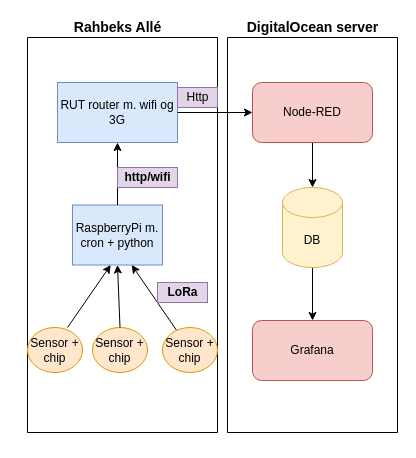
The draw.io diagram Untitled Diagram.drawio in emilbang/emilbang.github.io, before the edit. Source tidied: cells renumbered, new cells numbered last; positions are measured from the earlier drawing's top-left corner, leaving out a move shared by most shapes. Both pictures are drawn from the tidied source at 100%, with x=0, y=0 at pixel (27, 17).
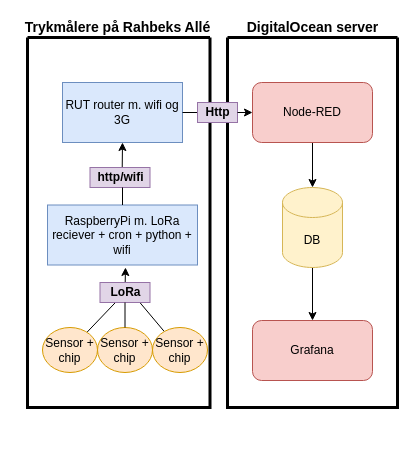
Above is the later version.

The change refers to these unchanged cells:
```xml
<mxCell id="18" value="Node-RED" style="rounded=1;whiteSpace=wrap;html=1;fillColor=#f8cecc;strokeColor=#b85450;" parent="14" vertex="1">
  <mxGeometry x="25" y="45" width="120" height="60" as="geometry" />
</mxCell>
```

The edit, as a diff of the source:
```diff
@@
-    <mxCell id="2" style="swimlane;startSize=0;" parent="1" vertex="1">
-      <mxGeometry y="20" width="190" height="395" as="geometry" />
+    <mxCell id="2" style="swimlane;startSize=0;swimlaneFillColor=none;fillColor=none;strokeColor=#000000;fontColor=#333333;strokeWidth=3;" parent="1" vertex="1">
+      <mxGeometry y="20" width="182.5" height="370" as="geometry" />
     </mxCell>
-    <mxCell id="3" value="RaspberryPi m. cron + python" style="rounded=0;whiteSpace=wrap;html=1;fillColor=#dae8fc;strokeColor=#6c8ebf;" parent="2" vertex="1">
-      <mxGeometry x="45" y="167.5" width="90" height="60" as="geometry" />
+    <mxCell id="3" value="RaspberryPi m. LoRa reciever + cron + python + wifi" style="rounded=0;whiteSpace=wrap;html=1;fillColor=#dae8fc;strokeColor=#6c8ebf;" parent="2" vertex="1">
+      <mxGeometry x="20" y="167.5" width="150" height="60" as="geometry" />
     </mxCell>
-    <mxCell id="4" style="endArrow=classic;html=1;rounded=0;entryX=0.658;entryY=1;entryDx=0;entryDy=0;startArrow=none;entryPerimeter=0;" parent="2" edge="1" source="8" target="3">
-      <mxGeometry relative="1" as="geometry" />
-    </mxCell>
-    <mxCell id="5" style="endArrow=classic;html=1;rounded=0;entryX=0.5;entryY=1;entryDx=0;entryDy=0;exitX=0.5;exitY=0;exitDx=0;exitDy=0;" parent="2" edge="1" source="3" target="6">
+    <mxCell id="5" style="endArrow=classic;html=1;rounded=0;entryX=0.5;entryY=1;entryDx=0;entryDy=0;exitX=0.537;exitY=-0.008;exitDx=0;exitDy=0;startArrow=none;exitPerimeter=0;" parent="2" edge="1" source="9" target="6">
       <mxGeometry relative="1" as="geometry" />
     </mxCell>
     <mxCell id="6" value="RUT router m. wifi og 3G" style="rounded=0;whiteSpace=wrap;html=1;fillColor=#dae8fc;strokeColor=#6c8ebf;" parent="2" vertex="1">
-      <mxGeometry x="30" y="45" width="120" height="60" as="geometry" />
+      <mxGeometry x="35" y="45" width="120" height="60" as="geometry" />
     </mxCell>
+    <mxCell id="25" style="edgeStyle=none;rounded=0;jettySize=auto;html=1;entryX=0.794;entryY=0.99;entryDx=0;entryDy=0;entryPerimeter=0;fontSize=14;endArrow=none;endFill=0;" parent="2" edge="1" source="8" target="7">
+      <mxGeometry relative="1" as="geometry" />
+    </mxCell>
+    <mxCell id="8" value="Sensor + &lt;br&gt;chip" style="ellipse;whiteSpace=wrap;html=1;fillColor=#ffe6cc;strokeColor=#d79b00;" parent="2" vertex="1">
+      <mxGeometry x="125" y="290" width="55" height="45" as="geometry" />
+    </mxCell>
+    <mxCell id="10" value="Sensor + chip" style="ellipse;whiteSpace=wrap;html=1;fillColor=#ffe6cc;strokeColor=#d79b00;" parent="2" vertex="1">
+      <mxGeometry x="70" y="290" width="55" height="45" as="geometry" />
+    </mxCell>
+    <mxCell id="26" style="rounded=0;jettySize=auto;html=1;fontSize=14;endArrow=none;endFill=0;" parent="2" edge="1" source="11" target="7">
+      <mxGeometry relative="1" as="geometry" />
+    </mxCell>
+    <mxCell id="11" value="Sensor + &lt;br&gt;chip" style="ellipse;whiteSpace=wrap;html=1;fillColor=#ffe6cc;strokeColor=#d79b00;" parent="2" vertex="1">
+      <mxGeometry x="15" y="290" width="55" height="45" as="geometry" />
+    </mxCell>
+    <mxCell id="9" value="http/wifi&lt;br&gt;" style="text;html=1;align=center;verticalAlign=middle;points=[];strokeColor=#9673a6;fillColor=#e1d5e7;fontStyle=1;" parent="2" vertex="1">
+      <mxGeometry x="62.5" y="130" width="60" height="20" as="geometry" />
+    </mxCell>
+    <mxCell id="27" style="endArrow=none;html=1;rounded=0;exitX=0.5;exitY=0;exitDx=0;exitDy=0;" parent="2" edge="1" source="3">
+      <mxGeometry relative="1" as="geometry">
+        <mxPoint x="95" y="150" as="targetPoint" />
+      </mxGeometry>
+    </mxCell>
+    <mxCell id="28" style="edgeStyle=none;rounded=0;jettySize=auto;html=1;fontSize=14;endArrow=classic;endFill=1;" parent="2" edge="1" source="7">
+      <mxGeometry relative="1" as="geometry">
+        <mxPoint x="98" y="230" as="targetPoint" />
+      </mxGeometry>
+    </mxCell>
     <mxCell id="7" value="LoRa" style="text;html=1;align=center;verticalAlign=middle;points=[];strokeColor=#9673a6;fillColor=#e1d5e7;fontStyle=1;labelBackgroundColor=none;" parent="2" vertex="1">
-      <mxGeometry x="130" y="245" width="50" height="20" as="geometry" />
+      <mxGeometry x="72.5" y="245" width="50" height="20" as="geometry" />
     </mxCell>
-    <mxCell id="8" value="Sensor + &lt;br&gt;chip" style="ellipse;whiteSpace=wrap;html=1;fillColor=#ffe6cc;strokeColor=#d79b00;" parent="2" vertex="1">
-      <mxGeometry x="135" y="290" width="55" height="45" as="geometry" />
-    </mxCell>
-    <mxCell id="9" value="http/wifi&lt;br&gt;" style="text;html=1;align=center;verticalAlign=middle;points=[];strokeColor=#9673a6;fillColor=#e1d5e7;fontStyle=1;" parent="2" vertex="1">
-      <mxGeometry x="90" y="130" width="60" height="20" as="geometry" />
-    </mxCell>
-    <mxCell id="10" value="Sensor + chip" style="ellipse;whiteSpace=wrap;html=1;fillColor=#ffe6cc;strokeColor=#d79b00;" parent="2" vertex="1">
-      <mxGeometry x="65" y="290" width="55" height="45" as="geometry" />
-    </mxCell>
-    <mxCell id="11" value="Sensor + &lt;br&gt;chip" style="ellipse;whiteSpace=wrap;html=1;fillColor=#ffe6cc;strokeColor=#d79b00;" parent="2" vertex="1">
-      <mxGeometry y="290" width="55" height="45" as="geometry" />
-    </mxCell>
-    <mxCell id="12" style="endArrow=classic;html=1;rounded=0;entryX=0.425;entryY=1;entryDx=0;entryDy=0;entryPerimeter=0;" parent="2" edge="1" target="3">
-      <mxGeometry relative="1" as="geometry">
-        <mxPoint x="40" y="290" as="sourcePoint" />
-      </mxGeometry>
-    </mxCell>
-    <mxCell id="13" style="endArrow=classic;html=1;rounded=0;exitX=0.5;exitY=0;exitDx=0;exitDy=0;entryX=0.5;entryY=1;entryDx=0;entryDy=0;" parent="2" edge="1" source="10" target="3">
-      <mxGeometry relative="1" as="geometry" />
-    </mxCell>
+    <mxCell id="29" style="endArrow=none;html=1;rounded=0;exitX=0.5;exitY=0;exitDx=0;exitDy=0;entryX=0.5;entryY=1;entryDx=0;entryDy=0;endFill=0;" parent="2" edge="1" source="10" target="7">
+      <mxGeometry relative="1" as="geometry" />
+    </mxCell>
-    <mxCell id="14" style="swimlane;startSize=0;" parent="1" vertex="1">
-      <mxGeometry x="200" y="20" width="170" height="395" as="geometry" />
+    <mxCell id="14" style="swimlane;startSize=0;strokeWidth=3;" parent="1" vertex="1">
+      <mxGeometry x="200" y="20" width="170" height="370" as="geometry" />
     </mxCell>
@@
-    <mxCell id="20" style="edgeStyle=orthogonalEdgeStyle;rounded=0;jettySize=auto;html=1;exitX=1;exitY=0.5;exitDx=0;exitDy=0;entryX=0;entryY=0.5;entryDx=0;entryDy=0;" parent="1" edge="1" source="6" target="18">
-      <mxGeometry relative="1" as="geometry" />
-    </mxCell>
-    <mxCell id="21" style="edgeStyle=orthogonalEdgeStyle;rounded=0;orthogonalLoop=1;jettySize=auto;html=1;exitX=0.5;exitY=1;exitDx=0;exitDy=0;" parent="1" edge="1" source="2" target="2">
-      <mxGeometry relative="1" as="geometry" />
-    </mxCell>
-    <mxCell id="22" value="Http" style="text;html=1;align=center;verticalAlign=middle;points=[];strokeColor=#9673a6;fillColor=#e1d5e7;" parent="1" vertex="1">
-      <mxGeometry x="150" y="70" width="40" height="20" as="geometry" />
-    </mxCell>
@@
-    <mxCell id="24" value="Rahbeks Allé" style="text;html=1;align=center;verticalAlign=middle;strokeColor=none;fillColor=none;strokeWidth=2;fontSize=14;fontStyle=1;" parent="1" vertex="1">
-      <mxGeometry x="40" width="100" height="20" as="geometry" />
+    <mxCell id="24" value="Trykmålere på Rahbeks Allé" style="text;html=1;align=center;verticalAlign=middle;strokeColor=none;fillColor=none;strokeWidth=2;fontSize=14;fontStyle=1;" parent="1" vertex="1">
+      <mxGeometry x="-10" width="200" height="20" as="geometry" />
     </mxCell>
+    <mxCell id="30" style="edgeStyle=orthogonalEdgeStyle;rounded=0;jettySize=auto;html=1;exitX=1;exitY=0.5;exitDx=0;exitDy=0;entryX=0;entryY=0.5;entryDx=0;entryDy=0;endArrow=none;" parent="1" edge="1" source="6" target="22">
+      <mxGeometry relative="1" as="geometry" />
+    </mxCell>
+    <mxCell id="22" value="Http" style="text;html=1;align=center;verticalAlign=middle;points=[];strokeColor=#9673a6;fillColor=#e1d5e7;fontStyle=1;" parent="1" vertex="1">
+      <mxGeometry x="170" y="85" width="40" height="20" as="geometry" />
+    </mxCell>
+    <mxCell id="20" style="edgeStyle=orthogonalEdgeStyle;rounded=0;jettySize=auto;html=1;exitX=1;exitY=0.5;exitDx=0;exitDy=0;entryX=0;entryY=0.5;entryDx=0;entryDy=0;startArrow=none;" parent="1" edge="1" source="22" target="18">
+      <mxGeometry relative="1" as="geometry" />
+    </mxCell>
```
